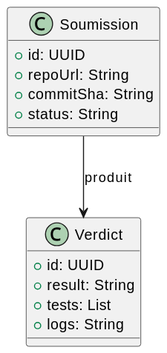
This is docs/Diagrams/Submissions/ms3-submissions-class.svg from reemslama/mini-projet-web, a PlantUML export, as it was before one commit. Source of this version:
```plantuml
@startuml
skinparam backgroundColor #FFFFFF
class Soumission {
  +id: UUID
  +repoUrl: String
  +commitSha: String
  +status: String
}

class Verdict {
  +id: UUID
  +result: String
  +tests: List
  +logs: String
}

Soumission --> Verdict : produit
@enduml
```
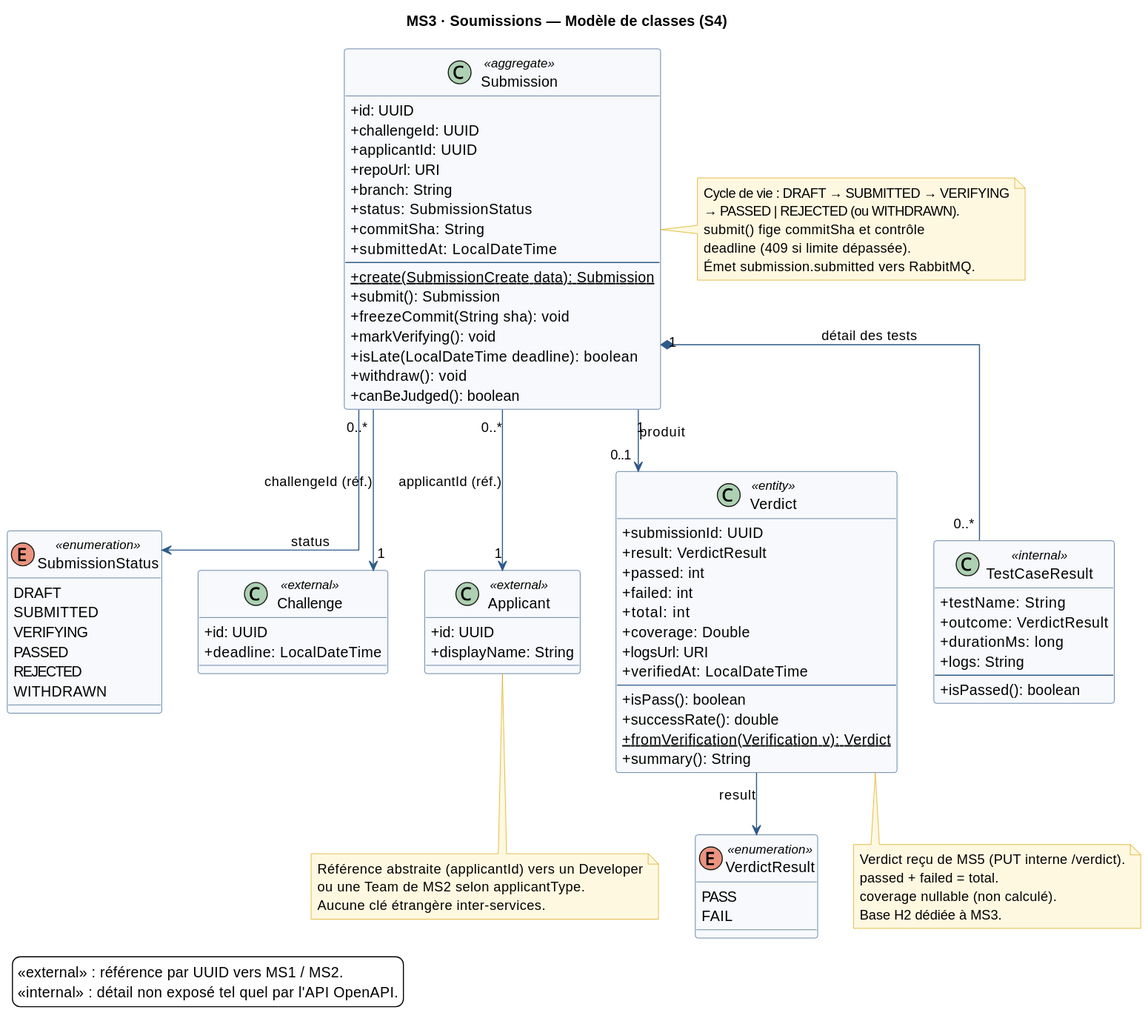
The same file after the commit.

What changed in the source:
```diff
@@ -1,18 +1,116 @@
 @startuml
+title MS3 · Soumissions — Modèle de classes (S4)
+
 skinparam backgroundColor #FFFFFF
-class Soumission {
-  +id: UUID
-  +repoUrl: String
-  +commitSha: String
-  +status: String
+skinparam classAttributeIconSize 0
+skinparam shadowing false
+skinparam linetype ortho
+skinparam ClassBackgroundColor #F7F9FC
+skinparam ClassBorderColor #2E5A88
+skinparam ArrowColor #2E5A88
+skinparam FontName Helvetica
+skinparam FontSize 12
+skinparam NoteBackgroundColor #FFF8E1
+skinparam NoteBorderColor #D9A400
+
+enum SubmissionStatus <<enumeration>> {
+  DRAFT
+  SUBMITTED
+  VERIFYING
+  PASSED
+  REJECTED
+  WITHDRAWN
 }
 
-class Verdict {
-  +id: UUID
-  +result: String
-  +tests: List
-  +logs: String
+enum VerdictResult <<enumeration>> {
+  PASS
+  FAIL
 }
 
-Soumission --> Verdict : produit
+class Challenge <<external>> {
+  +id: UUID
+  +deadline: LocalDateTime
+}
+
+class Applicant <<external>> {
+  +id: UUID
+  +displayName: String
+}
+
+class Submission <<aggregate>> {
+  +id: UUID
+  +challengeId: UUID
+  +applicantId: UUID
+  +repoUrl: URI
+  +branch: String
+  +status: SubmissionStatus
+  +commitSha: String
+  +submittedAt: LocalDateTime
+  --
+  +create(SubmissionCreate data): Submission {static}
+  +submit(): Submission
+  +freezeCommit(String sha): void
+  +markVerifying(): void
+  +isLate(LocalDateTime deadline): boolean
+  +withdraw(): void
+  +canBeJudged(): boolean
+}
+
+class Verdict <<entity>> {
+  +submissionId: UUID
+  +result: VerdictResult
+  +passed: int
+  +failed: int
+  +total: int
+  +coverage: Double
+  +logsUrl: URI
+  +verifiedAt: LocalDateTime
+  --
+  +isPass(): boolean
+  +successRate(): double
+  +fromVerification(Verification v): Verdict {static}
+  +summary(): String
+}
+
+class TestCaseResult <<internal>> {
+  +testName: String
+  +outcome: VerdictResult
+  +durationMs: long
+  +logs: String
+  --
+  +isPassed(): boolean
+}
+
+Submission "0..*" --> "1" Challenge : challengeId (réf.)
+Submission "0..*" --> "1" Applicant : applicantId (réf.)
+Submission "1" --> "0..1" Verdict : produit
+Submission "1" *-- "0..*" TestCaseResult : détail des tests
+Submission --> SubmissionStatus : status
+Verdict --> VerdictResult : result
+
+note right of Submission
+  Cycle de vie : DRAFT → SUBMITTED → VERIFYING
+  → PASSED | REJECTED (ou WITHDRAWN).
+  submit() fige commitSha et contrôle
+  deadline (409 si limite dépassée).
+  Émet submission.submitted vers RabbitMQ.
+end note
+
+note bottom of Verdict
+  Verdict reçu de MS5 (PUT interne /verdict).
+  passed + failed = total.
+  coverage nullable (non calculé).
+  Base H2 dédiée à MS3.
+end note
+
+note bottom of Applicant
+  Référence abstraite (applicantId) vers un Developer
+  ou une Team de MS2 selon applicantType.
+  Aucune clé étrangère inter-services.
+end note
+
+legend bottom left
+  <<external>> : référence par UUID vers MS1 / MS2.
+  <<internal>> : détail non exposé tel quel par l'API OpenAPI.
+end legend
 @enduml
```
